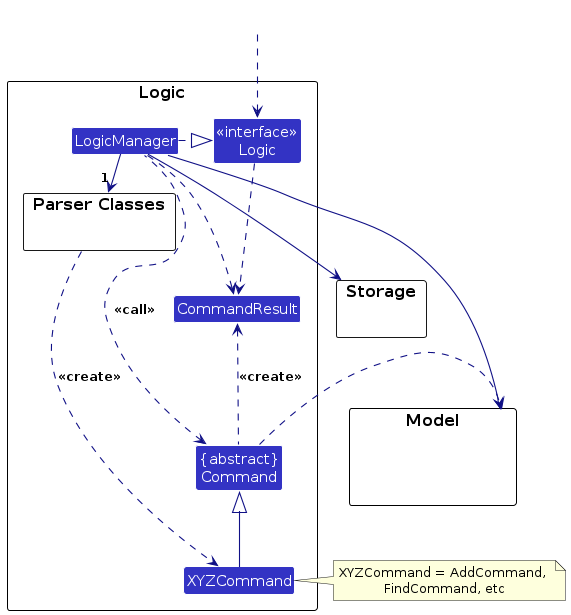
Above: diagrams/LogicClassDiagram.png in AY2627S1-CS2103T-T13-2/tp (PlantUML), before the change. Its source is kept beside it as diagrams/LogicClassDiagram.puml. The source it was exported from:
```plantuml
@startuml
!include style.puml
skinparam arrowThickness 1.1
skinparam arrowColor LOGIC_COLOR_T4
skinparam classBackgroundColor LOGIC_COLOR

package Logic as LogicPackage {

package "Parser Classes" as ParserClasses{
}
Class XYZCommand
Class CommandResult
Class "{abstract}\nCommand" as Command


Class "<<interface>>\nLogic" as Logic
Class LogicManager
}

package Model {
Class HiddenModel #FFFFFF
}

package Storage {
}

Class HiddenOutside #FFFFFF
HiddenOutside ..> Logic

LogicManager .right.|> Logic
LogicManager -right->"1" ParserClasses
ParserClasses ..> XYZCommand : <<create>>

XYZCommand -up-|> Command
LogicManager .left.> Command : <<call>>

LogicManager --> Model
LogicManager --> Storage
Storage --[hidden] Model
Command .[hidden]up.> Storage
Command .right.> Model
note right of XYZCommand: XYZCommand = AddCommand, \nFindCommand, etc

Logic ..> CommandResult
LogicManager .down.> CommandResult
Command .up.> CommandResult : <<create>>
@enduml
```
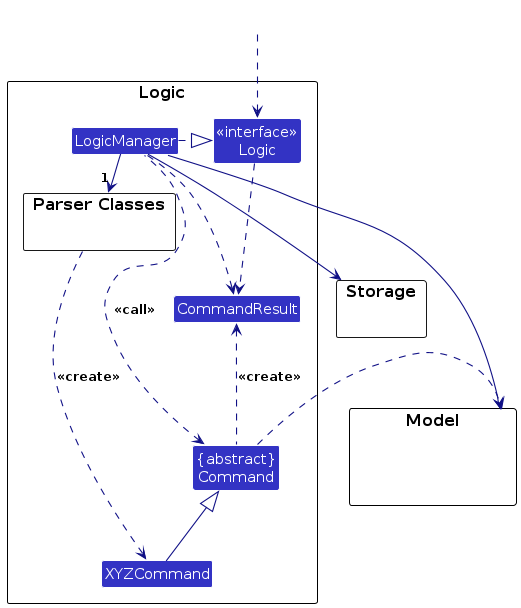
Later version of the same file.

Change to the diagram source:
```diff
@@ -39,7 +39,6 @@
 Storage --[hidden] Model
 Command .[hidden]up.> Storage
 Command .right.> Model
-note right of XYZCommand: XYZCommand = AddCommand, \nFindCommand, etc
 
 Logic ..> CommandResult
 LogicManager .down.> CommandResult
```
